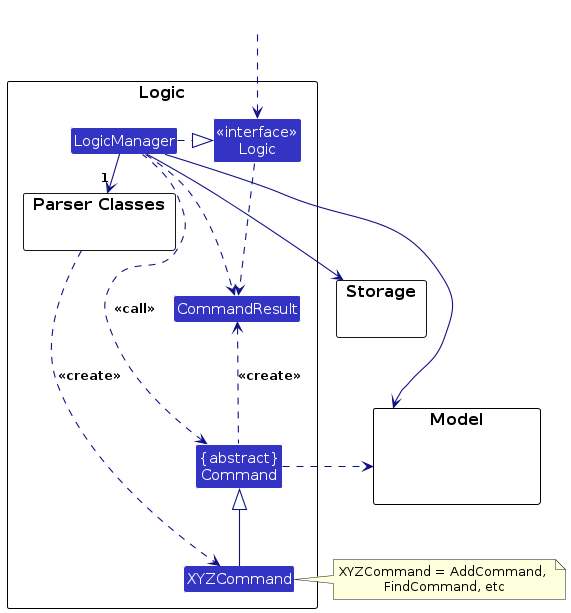
The PlantUML diagram diagrams/LogicClassDiagram.png in AY2627S1-CS2103T-T17-3/tp, before a commit. Its source is kept beside it as diagrams/LogicClassDiagram.puml.
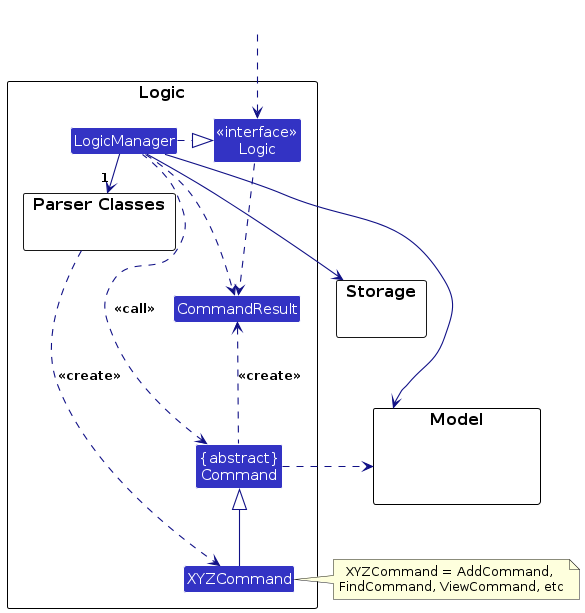
After the change.

The edit, as a diff of the source:
```diff
@@ -39,7 +39,7 @@
 Storage --[hidden] Model
 Command .[hidden]up.> Storage
 Command .right.> Model
-note right of XYZCommand: XYZCommand = AddCommand, \nFindCommand, etc
+note right of XYZCommand: XYZCommand = AddCommand, \nFindCommand, ViewCommand, etc
 
 Logic ..> CommandResult
 LogicManager .down.> CommandResult
```
